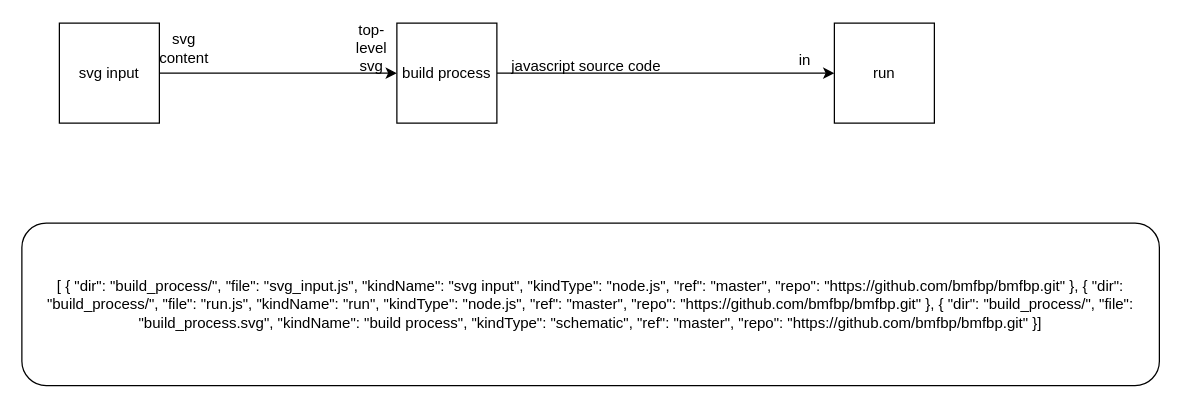
This is page "ide.svg" (1 of 3) of build_process/build_process.drawio from bmfbp/bmfbp, a draw.io file, before an edit. Source tidied: cells renumbered, new cells numbered last; positions are measured from the earlier drawing's top-left corner, leaving out a move shared by most shapes. Both pictures are drawn from the tidied source at 125%, with x=0, y=0 at pixel (21, 22).
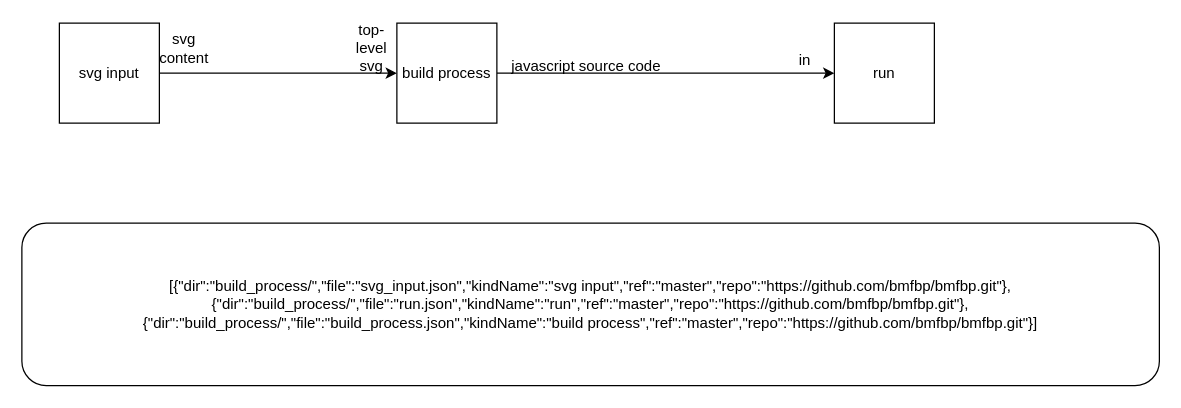
After the change.

The edit, as a diff of the source:
```diff
@@
 <mxGraphModel>
   <root>
     <mxCell id="0" />
     <mxCell id="1" parent="0" />
     <mxCell id="2" style="edgeStyle=orthogonalEdgeStyle;rounded=0;jettySize=auto;html=1;exitX=1;exitY=0.5;exitDx=0;exitDy=0;entryX=0;entryY=0.5;entryDx=0;entryDy=0;" parent="1" edge="1" source="3" target="5">
       <mxGeometry relative="1" as="geometry" />
     </mxCell>
     <mxCell id="3" value="svg input" style="whiteSpace=wrap;html=1;" parent="1" vertex="1">
       <mxGeometry x="30" width="80" height="80" as="geometry" />
     </mxCell>
     <mxCell id="4" style="edgeStyle=orthogonalEdgeStyle;rounded=0;jettySize=auto;html=1;exitX=1;exitY=0.5;exitDx=0;exitDy=0;entryX=0;entryY=0.5;entryDx=0;entryDy=0;" parent="1" edge="1" source="5" target="10">
       <mxGeometry relative="1" as="geometry" />
     </mxCell>
     <mxCell id="5" value="build process&lt;br&gt;" style="whiteSpace=wrap;html=1;" parent="1" vertex="1">
       <mxGeometry x="300" width="80" height="80" as="geometry" />
     </mxCell>
     <mxCell id="6" value="top-level svg" style="text;html=1;strokeColor=none;fillColor=none;align=center;verticalAlign=middle;whiteSpace=wrap;rounded=0;" parent="1" vertex="1">
       <mxGeometry x="260" y="10" width="40" height="20" as="geometry" />
     </mxCell>
     <mxCell id="7" value="svg content" style="text;html=1;strokeColor=none;fillColor=none;align=center;verticalAlign=middle;whiteSpace=wrap;rounded=0;" parent="1" vertex="1">
       <mxGeometry x="110" y="10" width="40" height="20" as="geometry" />
     </mxCell>
-    <mxCell id="8" value="&lt;span&gt;[ { &quot;dir&quot;: &quot;build_process/&quot;, &quot;file&quot;: &quot;svg_input.js&quot;, &quot;kindName&quot;: &quot;svg input&quot;, &quot;kindType&quot;: &quot;node.js&quot;, &quot;ref&quot;: &quot;master&quot;, &quot;repo&quot;: &quot;https://github.com/bmfbp/bmfbp.git&quot; }, { &quot;dir&quot;: &quot;build_process/&quot;, &quot;file&quot;: &quot;run.js&quot;, &quot;kindName&quot;: &quot;run&quot;, &quot;kindType&quot;: &quot;node.js&quot;, &quot;ref&quot;: &quot;master&quot;, &quot;repo&quot;: &quot;https://github.com/bmfbp/bmfbp.git&quot; }, { &quot;dir&quot;: &quot;build_process/&quot;, &quot;file&quot;: &quot;build_process.svg&quot;, &quot;kindName&quot;: &quot;build process&quot;, &quot;kindType&quot;: &quot;schematic&quot;, &quot;ref&quot;: &quot;master&quot;, &quot;repo&quot;: &quot;https://github.com/bmfbp/bmfbp.git&quot; }]&lt;/span&gt;" style="rounded=1;whiteSpace=wrap;html=1;" parent="1" vertex="1">
+    <mxCell id="8" value="&lt;span&gt;[{&quot;dir&quot;:&quot;build_process/&quot;,&quot;file&quot;:&quot;svg_input.json&quot;,&quot;kindName&quot;:&quot;svg input&quot;,&quot;ref&quot;:&quot;master&quot;,&quot;repo&quot;:&quot;https://github.com/bmfbp/bmfbp.git&quot;},{&quot;dir&quot;:&quot;build_process/&quot;,&quot;file&quot;:&quot;run.json&quot;,&quot;kindName&quot;:&quot;run&quot;,&quot;ref&quot;:&quot;master&quot;,&quot;repo&quot;:&quot;https://github.com/bmfbp/bmfbp.git&quot;},{&quot;dir&quot;:&quot;build_process/&quot;,&quot;file&quot;:&quot;build_process.json&quot;,&quot;kindName&quot;:&quot;build process&quot;,&quot;ref&quot;:&quot;master&quot;,&quot;repo&quot;:&quot;https://github.com/bmfbp/bmfbp.git&quot;}]&lt;/span&gt;" style="rounded=1;whiteSpace=wrap;html=1;" parent="1" vertex="1">
       <mxGeometry y="160" width="910" height="130" as="geometry" />
     </mxCell>
     <mxCell id="9" value="&lt;span&gt;javascript source code&lt;/span&gt;" style="text;html=1;align=left;verticalAlign=top;spacingTop=-4;" parent="1" vertex="1">
       <mxGeometry x="390" y="25" width="130" height="10" as="geometry" />
     </mxCell>
     <mxCell id="10" value="run" style="whiteSpace=wrap;html=1;" parent="1" vertex="1">
       <mxGeometry x="650" width="80" height="80" as="geometry" />
     </mxCell>
     <mxCell id="11" value="in" style="text;html=1;align=left;verticalAlign=top;spacingTop=-4;" parent="1" vertex="1">
       <mxGeometry x="620" y="20" width="20" height="10" as="geometry" />
     </mxCell>
   </root>
 </mxGraphModel>
```
